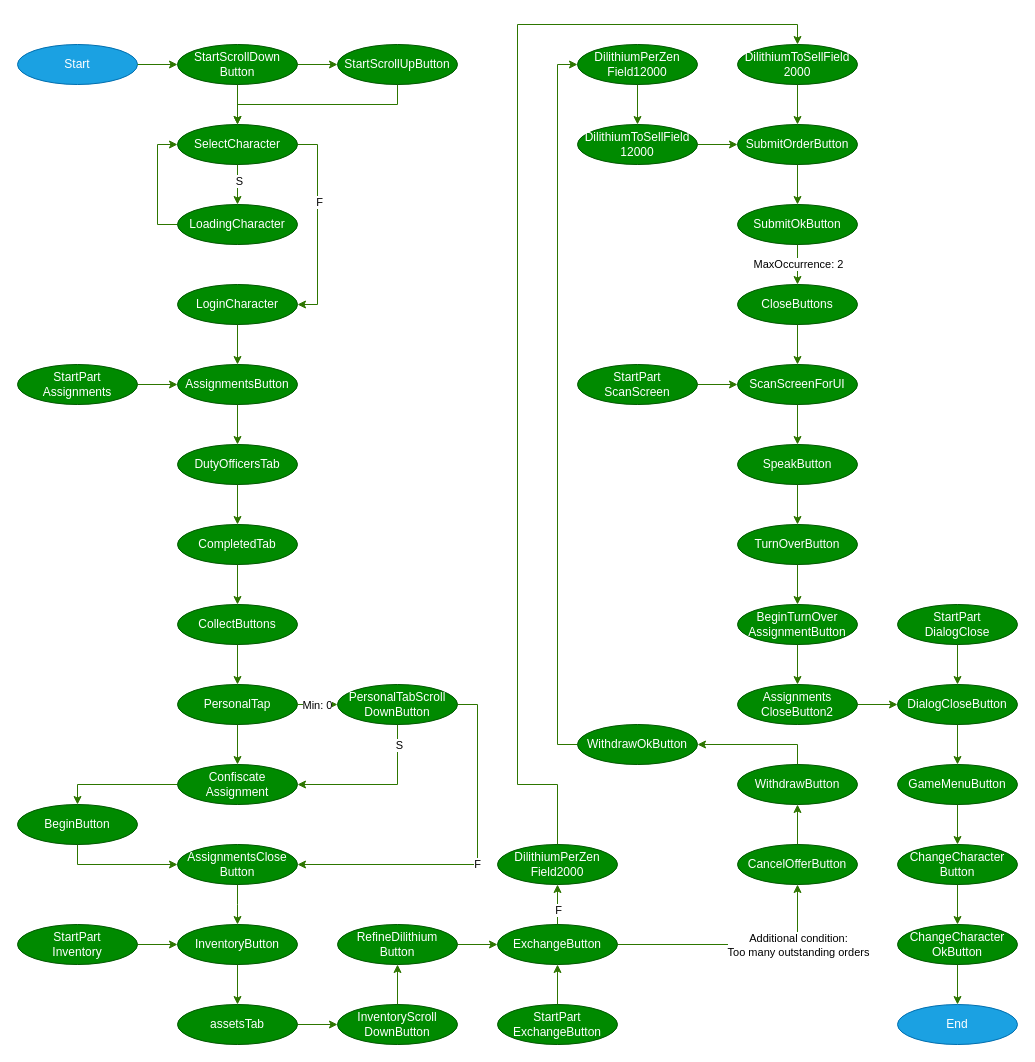
Earlier version of the draw.io diagram AutoFarmer.drawio (Tomaszon/AutoFarmer). Source tidied: cells renumbered, new cells numbered last; positions are measured from the earlier drawing's top-left corner, leaving out a move shared by most shapes. Both pictures are drawn from the tidied source at 100%, with x=0, y=0 at pixel (17, 24).
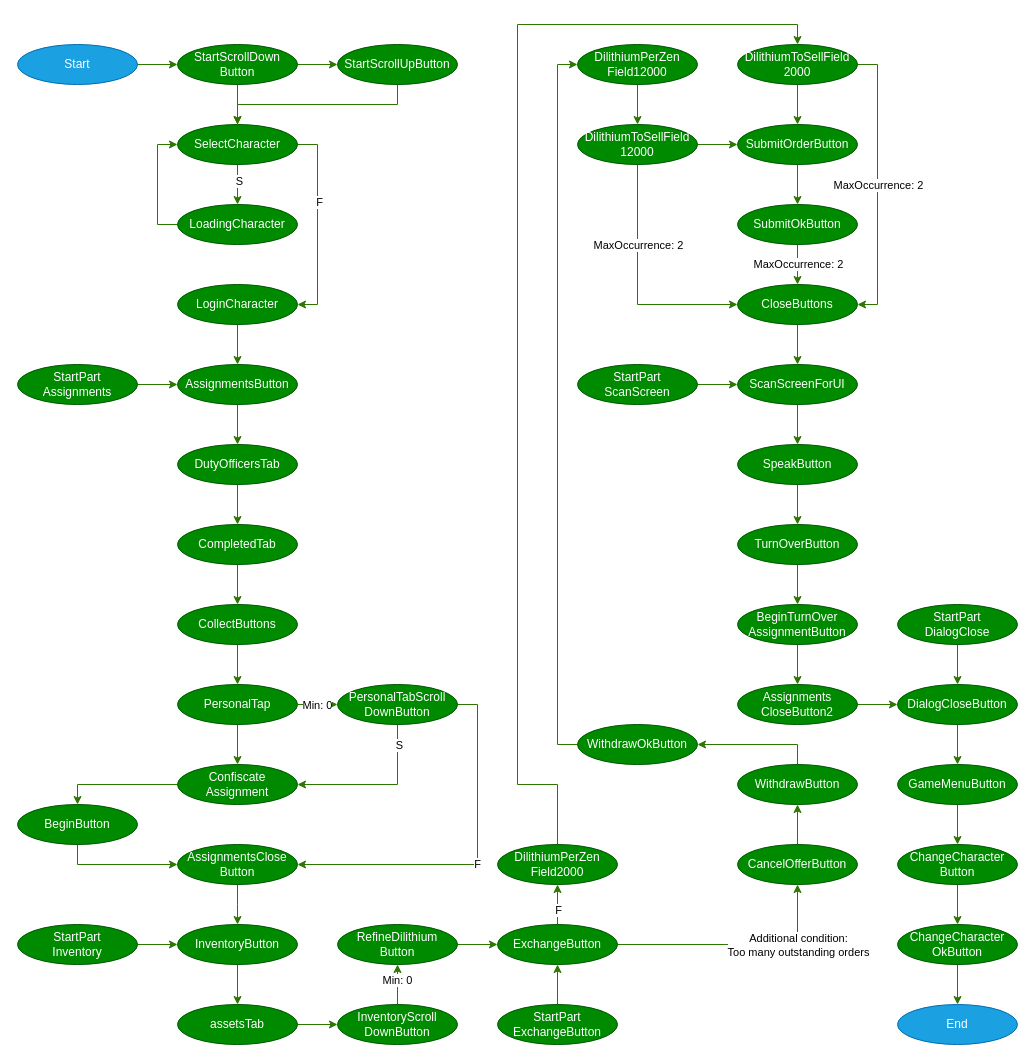
The same diagram, later.

Unchanged cells that the change refers to:
```xml
<mxCell id="27" style="edgeStyle=orthogonalEdgeStyle;rounded=0;jettySize=auto;html=1;fillColor=#60a917;strokeColor=#2D7600;entryX=0.5;entryY=1;entryDx=0;entryDy=0;exitX=0.5;exitY=0;exitDx=0;exitDy=0;" parent="1" edge="1" source="28" target="30">
  <mxGeometry relative="1" as="geometry" />
</mxCell>
<mxCell id="45" value="DilithiumToSellField&lt;br&gt;2000" style="ellipse;whiteSpace=wrap;html=1;fillColor=#008a00;strokeColor=#005700;fontColor=#ffffff;" parent="1" vertex="1">
  <mxGeometry x="720" y="20" width="120" height="40" as="geometry" />
</mxCell>
<mxCell id="52" value="CloseButtons" style="ellipse;whiteSpace=wrap;html=1;fillColor=#008a00;strokeColor=#005700;fontColor=#ffffff;" parent="1" vertex="1">
  <mxGeometry x="720" y="260" width="120" height="40" as="geometry" />
</mxCell>
<mxCell id="92" value="DilithiumToSellField&lt;br&gt;12000" style="ellipse;whiteSpace=wrap;html=1;fillColor=#008a00;strokeColor=#005700;fontColor=#ffffff;" parent="1" vertex="1">
  <mxGeometry x="560" y="100" width="120" height="40" as="geometry" />
</mxCell>
```

Change to the diagram source:
```diff
@@
+    <mxCell id="103" value="Min: 0" style="edgeLabel;html=1;align=center;verticalAlign=middle;" parent="27" vertex="1">
+      <mxGeometry x="0.25" y="1" relative="1" as="geometry" />
+    </mxCell>
@@
+    <mxCell id="104" style="edgeStyle=orthogonalEdgeStyle;rounded=0;jettySize=auto;html=1;exitX=1;exitY=0.5;exitDx=0;exitDy=0;entryX=1;entryY=0.5;entryDx=0;entryDy=0;fillColor=#60a917;strokeColor=#2D7600;" parent="1" edge="1" source="45" target="52">
+      <mxGeometry relative="1" as="geometry" />
+    </mxCell>
@@
+    <mxCell id="105" style="edgeStyle=orthogonalEdgeStyle;rounded=0;jettySize=auto;html=1;exitX=0.5;exitY=1;exitDx=0;exitDy=0;entryX=0;entryY=0.5;entryDx=0;entryDy=0;fillColor=#60a917;strokeColor=#2D7600;" parent="1" edge="1" source="92" target="52">
+      <mxGeometry relative="1" as="geometry" />
+    </mxCell>
@@
+    <mxCell id="106" value="MaxOccurrence: 2" style="edgeLabel;html=1;align=center;verticalAlign=middle;" parent="1" vertex="1">
+      <mxGeometry x="620" y="220" as="geometry" />
+    </mxCell>
+    <mxCell id="107" value="MaxOccurrence: 2" style="edgeLabel;html=1;align=center;verticalAlign=middle;" parent="1" vertex="1">
+      <mxGeometry x="860" y="160" as="geometry" />
+    </mxCell>
```
